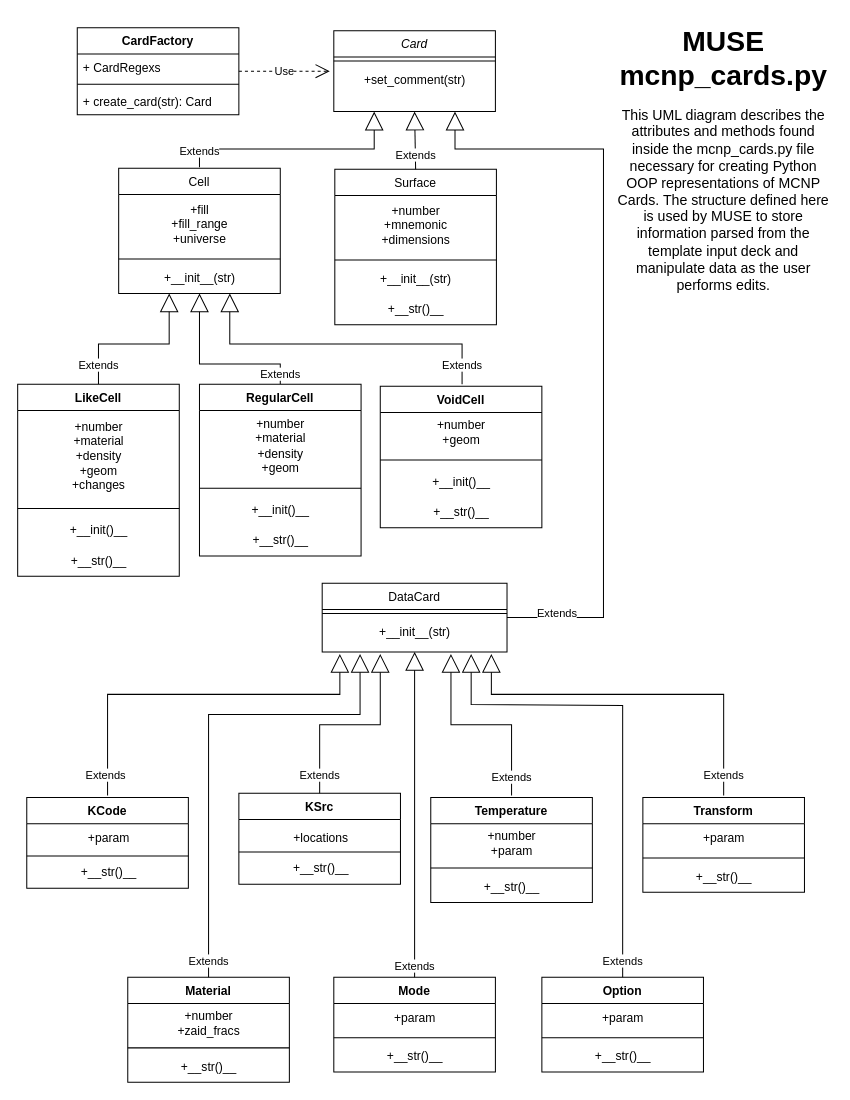
Above: Template_Editor/diagrams/MCNPCardsDiagram.drawio in dbeauch/MUSE (draw.io), before the change. Source tidied: cells renumbered, new cells numbered last; positions are measured from the earlier drawing's top-left corner, leaving out a move shared by most shapes. Both pictures are drawn from the tidied source at 101%, with x=0, y=0 at pixel (17, 17).
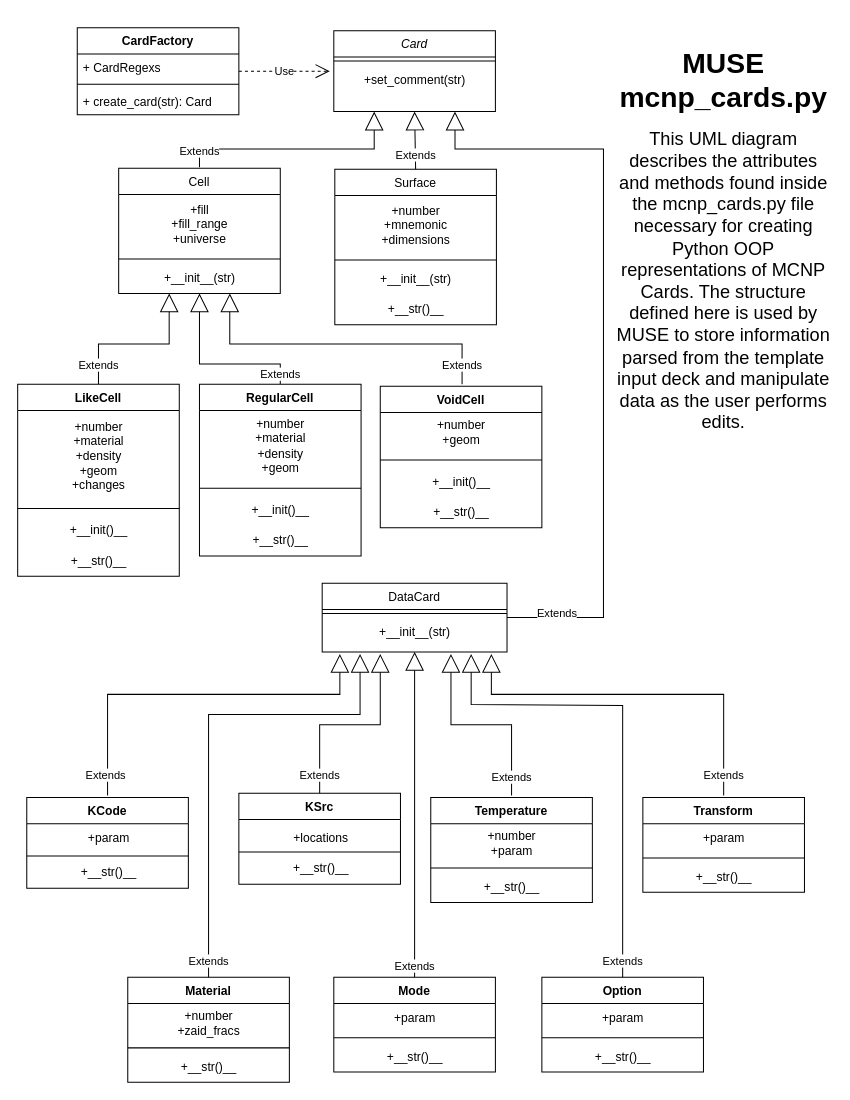
The same page after the edit.

Commit message (it also covers changes not shown here):
updated diagrams; fixed legacy assembly

Change to the diagram source:
```diff
@@
-    <mxCell id="57" value="&lt;div style=&quot;&quot;&gt;&lt;span style=&quot;font-size: 28px;&quot;&gt;&lt;b&gt;MUSE&lt;/b&gt;&lt;/span&gt;&lt;/div&gt;&lt;div style=&quot;&quot;&gt;&lt;span style=&quot;font-size: 28px;&quot;&gt;&lt;b&gt;mcnp_cards.py&lt;/b&gt;&lt;/span&gt;&lt;/div&gt;&lt;div style=&quot;&quot;&gt;&lt;span style=&quot;background-color: initial;&quot;&gt;&lt;br&gt;&lt;/span&gt;&lt;/div&gt;&lt;div style=&quot;&quot;&gt;&lt;span style=&quot;background-color: initial;&quot;&gt;&lt;font style=&quot;font-size: 14px;&quot;&gt;This UML diagram describes the attributes and methods found inside the mcnp_cards.py file necessary for creating Python OOP representations of MCNP Cards. The structure defined here is used by MUSE to store information parsed from the template input deck and manipulate data as the user performs edits.&lt;/font&gt;&lt;/span&gt;&lt;/div&gt;" style="text;whiteSpace=wrap;html=1;align=center;" parent="1" vertex="1">
-      <mxGeometry x="591" width="216" height="330" as="geometry" />
+    <mxCell id="57" value="&lt;div style=&quot;&quot;&gt;&lt;span style=&quot;font-size: 28px;&quot;&gt;&lt;b&gt;MUSE&lt;/b&gt;&lt;/span&gt;&lt;/div&gt;&lt;div style=&quot;&quot;&gt;&lt;span style=&quot;font-size: 28px;&quot;&gt;&lt;b&gt;mcnp_cards.py&lt;/b&gt;&lt;/span&gt;&lt;/div&gt;&lt;div style=&quot;&quot;&gt;&lt;span style=&quot;background-color: initial;&quot;&gt;&lt;br&gt;&lt;/span&gt;&lt;/div&gt;&lt;div style=&quot;&quot;&gt;&lt;span style=&quot;background-color: initial;&quot;&gt;&lt;font style=&quot;font-size: 18px;&quot;&gt;This UML diagram describes the attributes and methods found inside the mcnp_cards.py file necessary for creating Python OOP representations of MCNP Cards. The structure defined here is used by MUSE to store information parsed from the template input deck and manipulate data as the user performs edits.&lt;/font&gt;&lt;/span&gt;&lt;/div&gt;" style="text;whiteSpace=wrap;html=1;align=center;" parent="1" vertex="1">
+      <mxGeometry x="591" y="22" width="216" height="410" as="geometry" />
     </mxCell>
```
